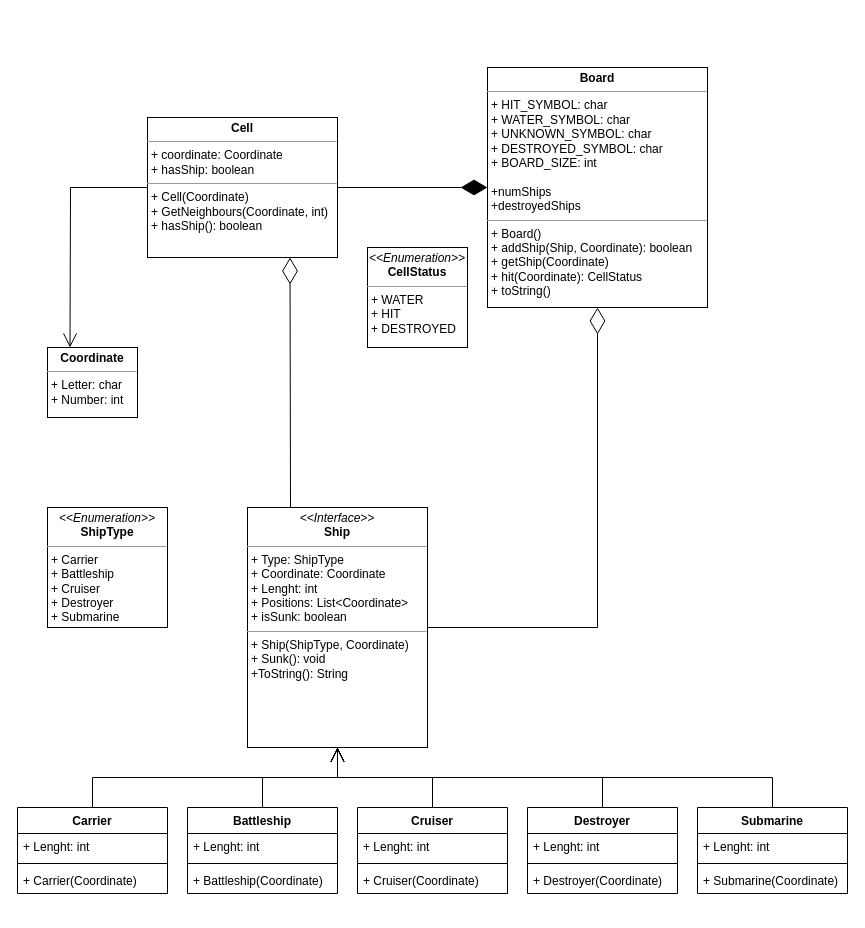
Above: UML.drawio in CesarSnake/Battleship (draw.io), before the change. Source tidied: cells renumbered, new cells numbered last; positions are measured from the earlier drawing's top-left corner, leaving out a move shared by most shapes. Both pictures are drawn from the tidied source at 100%, with x=0, y=0 at pixel (17, 67).
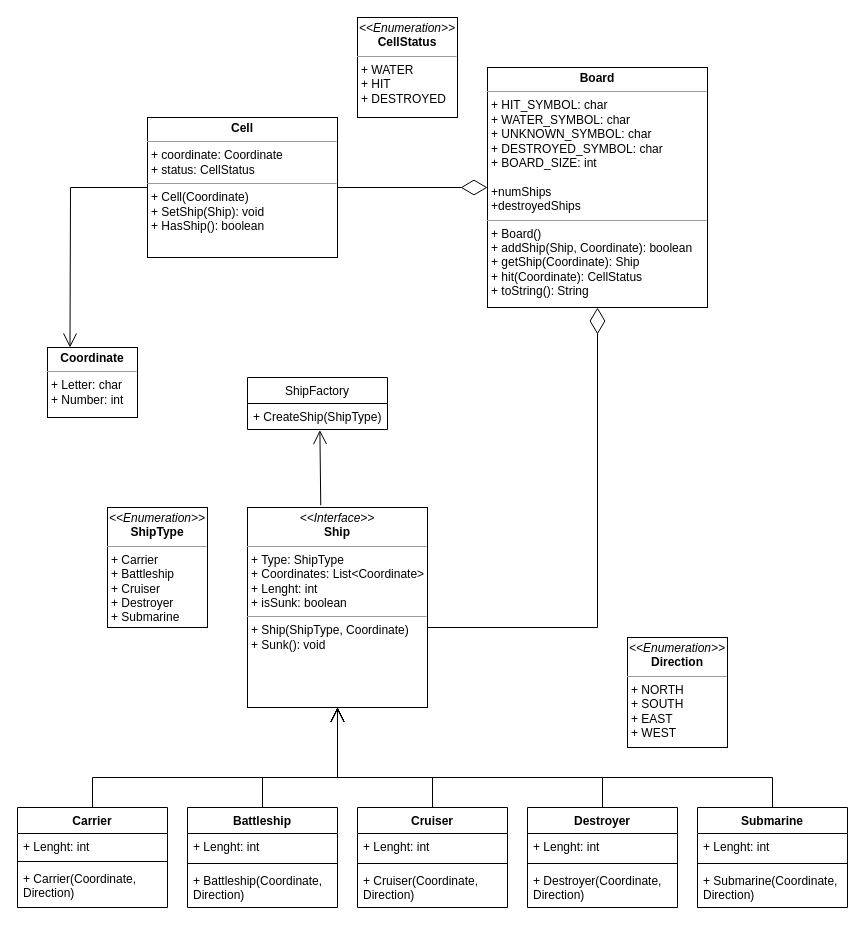
The same page after the edit.

Diff of the diagram source:
```diff
@@
-    <mxCell id="2" value="&lt;p style=&quot;margin: 0px ; margin-top: 4px ; text-align: center&quot;&gt;&lt;i&gt;&amp;lt;&amp;lt;Interface&amp;gt;&amp;gt;&lt;/i&gt;&lt;br&gt;&lt;b&gt;Ship&lt;/b&gt;&lt;/p&gt;&lt;hr size=&quot;1&quot;&gt;&lt;p style=&quot;margin: 0px ; margin-left: 4px&quot;&gt;+ Type: ShipType&lt;/p&gt;&lt;p style=&quot;margin: 0px ; margin-left: 4px&quot;&gt;+ Coordinate: Coordinate&lt;br&gt;&lt;/p&gt;&lt;p style=&quot;margin: 0px ; margin-left: 4px&quot;&gt;+ Lenght: int&lt;/p&gt;&lt;p style=&quot;margin: 0px ; margin-left: 4px&quot;&gt;+ Positions: List&amp;lt;Coordinate&amp;gt;&lt;/p&gt;&lt;p style=&quot;margin: 0px ; margin-left: 4px&quot;&gt;+ isSunk: boolean&lt;/p&gt;&lt;hr size=&quot;1&quot;&gt;&lt;p style=&quot;margin: 0px ; margin-left: 4px&quot;&gt;+ Ship(ShipType, Coordinate)&lt;br&gt;+ Sunk(): void&lt;/p&gt;&lt;p style=&quot;margin: 0px ; margin-left: 4px&quot;&gt;+ToString(): String&lt;/p&gt;" style="verticalAlign=top;align=left;overflow=fill;fontSize=12;fontFamily=Helvetica;html=1;" parent="1" vertex="1">
-      <mxGeometry x="230" y="440" width="180" height="240" as="geometry" />
+    <mxCell id="2" value="&lt;p style=&quot;margin: 0px ; margin-top: 4px ; text-align: center&quot;&gt;&lt;i&gt;&amp;lt;&amp;lt;Interface&amp;gt;&amp;gt;&lt;/i&gt;&lt;br&gt;&lt;b&gt;Ship&lt;/b&gt;&lt;/p&gt;&lt;hr size=&quot;1&quot;&gt;&lt;p style=&quot;margin: 0px ; margin-left: 4px&quot;&gt;+ Type: ShipType&lt;/p&gt;&lt;p style=&quot;margin: 0px ; margin-left: 4px&quot;&gt;+ Coordinates: List&amp;lt;Coordinate&amp;gt;&lt;br&gt;&lt;/p&gt;&lt;p style=&quot;margin: 0px ; margin-left: 4px&quot;&gt;+ Lenght: int&lt;/p&gt;&lt;p style=&quot;margin: 0px ; margin-left: 4px&quot;&gt;+ isSunk: boolean&lt;/p&gt;&lt;hr size=&quot;1&quot;&gt;&lt;p style=&quot;margin: 0px ; margin-left: 4px&quot;&gt;+ Ship(ShipType, Coordinate)&lt;br&gt;+ Sunk(): void&lt;/p&gt;" style="verticalAlign=top;align=left;overflow=fill;fontSize=12;fontFamily=Helvetica;html=1;" parent="1" vertex="1">
+      <mxGeometry x="230" y="440" width="180" height="200" as="geometry" />
     </mxCell>
     <mxCell id="3" value="&lt;p style=&quot;margin: 0px ; margin-top: 4px ; text-align: center&quot;&gt;&lt;i&gt;&amp;lt;&amp;lt;Enumeration&amp;gt;&amp;gt;&lt;/i&gt;&lt;br&gt;&lt;b&gt;ShipType&lt;/b&gt;&lt;/p&gt;&lt;hr size=&quot;1&quot;&gt;&lt;p style=&quot;margin: 0px ; margin-left: 4px&quot;&gt;+ Carrier&lt;/p&gt;&lt;p style=&quot;margin: 0px ; margin-left: 4px&quot;&gt;+ Battleship&lt;/p&gt;&lt;p style=&quot;margin: 0px ; margin-left: 4px&quot;&gt;+ Cruiser&lt;/p&gt;&lt;p style=&quot;margin: 0px ; margin-left: 4px&quot;&gt;+ Destroyer&lt;/p&gt;&lt;p style=&quot;margin: 0px ; margin-left: 4px&quot;&gt;+ Submarine&lt;/p&gt;" style="verticalAlign=top;align=left;overflow=fill;fontSize=12;fontFamily=Helvetica;html=1;" parent="1" vertex="1">
-      <mxGeometry x="30" y="440" width="120" height="120" as="geometry" />
+      <mxGeometry x="90" y="440" width="100" height="120" as="geometry" />
     </mxCell>
@@
     <mxCell id="5" value="Carrier" style="swimlane;fontStyle=1;align=center;verticalAlign=top;horizontal=1;startSize=26;" parent="1" vertex="1">
-      <mxGeometry y="740" width="150" height="86" as="geometry" />
+      <mxGeometry y="740" width="150" height="100" as="geometry" />
     </mxCell>
     <mxCell id="6" value="+ Lenght: int" style="text;strokeColor=none;fillColor=none;align=left;verticalAlign=top;spacingLeft=4;spacingRight=4;overflow=hidden;" parent="5" vertex="1">
-      <mxGeometry y="26" width="150" height="26" as="geometry" />
+      <mxGeometry y="26" width="150" height="24" as="geometry" />
     </mxCell>
     <mxCell id="7" style="line;strokeWidth=1;fillColor=none;align=left;verticalAlign=middle;spacingTop=-1;spacingLeft=3;spacingRight=3;labelPosition=right;" parent="5" vertex="1">
-      <mxGeometry y="52" width="150" height="8" as="geometry" />
+      <mxGeometry y="50" width="150" height="8" as="geometry" />
     </mxCell>
-    <mxCell id="8" value="+ Carrier(Coordinate)" style="text;strokeColor=none;fillColor=none;align=left;verticalAlign=top;spacingLeft=4;spacingRight=4;overflow=hidden;" parent="5" vertex="1">
-      <mxGeometry y="60" width="150" height="26" as="geometry" />
+    <mxCell id="8" value="+ Carrier(Coordinate, &#10;Direction)" style="text;strokeColor=none;fillColor=none;align=left;verticalAlign=top;spacingLeft=4;spacingRight=4;overflow=hidden;" parent="5" vertex="1">
+      <mxGeometry y="58" width="150" height="42" as="geometry" />
     </mxCell>
     <mxCell id="9" value="Battleship" style="swimlane;fontStyle=1;align=center;verticalAlign=top;horizontal=1;startSize=26;" parent="1" vertex="1">
-      <mxGeometry x="170" y="740" width="150" height="86" as="geometry" />
+      <mxGeometry x="170" y="740" width="150" height="100" as="geometry" />
     </mxCell>
@@
-    <mxCell id="12" value="+ Battleship(Coordinate)" style="text;strokeColor=none;fillColor=none;align=left;verticalAlign=top;spacingLeft=4;spacingRight=4;overflow=hidden;" parent="9" vertex="1">
-      <mxGeometry y="60" width="150" height="26" as="geometry" />
+    <mxCell id="12" value="+ Battleship(Coordinate,&#10;Direction)" style="text;strokeColor=none;fillColor=none;align=left;verticalAlign=top;spacingLeft=4;spacingRight=4;overflow=hidden;" parent="9" vertex="1">
+      <mxGeometry y="60" width="150" height="40" as="geometry" />
     </mxCell>
     <mxCell id="13" value="Submarine" style="swimlane;fontStyle=1;align=center;verticalAlign=top;horizontal=1;startSize=26;" parent="1" vertex="1">
-      <mxGeometry x="680" y="740" width="150" height="86" as="geometry" />
+      <mxGeometry x="680" y="740" width="150" height="100" as="geometry" />
     </mxCell>
@@
-    <mxCell id="16" value="+ Submarine(Coordinate)" style="text;strokeColor=none;fillColor=none;align=left;verticalAlign=top;spacingLeft=4;spacingRight=4;overflow=hidden;" parent="13" vertex="1">
-      <mxGeometry y="60" width="150" height="26" as="geometry" />
+    <mxCell id="16" value="+ Submarine(Coordinate,&#10;Direction)" style="text;strokeColor=none;fillColor=none;align=left;verticalAlign=top;spacingLeft=4;spacingRight=4;overflow=hidden;" parent="13" vertex="1">
+      <mxGeometry y="60" width="150" height="40" as="geometry" />
     </mxCell>
     <mxCell id="17" value="Destroyer" style="swimlane;fontStyle=1;align=center;verticalAlign=top;horizontal=1;startSize=26;" parent="1" vertex="1">
-      <mxGeometry x="510" y="740" width="150" height="86" as="geometry" />
+      <mxGeometry x="510" y="740" width="150" height="100" as="geometry" />
     </mxCell>
@@
-    <mxCell id="20" value="+ Destroyer(Coordinate)" style="text;strokeColor=none;fillColor=none;align=left;verticalAlign=top;spacingLeft=4;spacingRight=4;overflow=hidden;" parent="17" vertex="1">
-      <mxGeometry y="60" width="150" height="26" as="geometry" />
+    <mxCell id="20" value="+ Destroyer(Coordinate,&#10;Direction)" style="text;strokeColor=none;fillColor=none;align=left;verticalAlign=top;spacingLeft=4;spacingRight=4;overflow=hidden;" parent="17" vertex="1">
+      <mxGeometry y="60" width="150" height="40" as="geometry" />
     </mxCell>
     <mxCell id="21" value="Cruiser" style="swimlane;fontStyle=1;align=center;verticalAlign=top;horizontal=1;startSize=26;" parent="1" vertex="1">
-      <mxGeometry x="340" y="740" width="150" height="86" as="geometry" />
+      <mxGeometry x="340" y="740" width="150" height="100" as="geometry" />
     </mxCell>
@@
-    <mxCell id="24" value="+ Cruiser(Coordinate)" style="text;strokeColor=none;fillColor=none;align=left;verticalAlign=top;spacingLeft=4;spacingRight=4;overflow=hidden;" parent="21" vertex="1">
-      <mxGeometry y="60" width="150" height="26" as="geometry" />
+    <mxCell id="24" value="+ Cruiser(Coordinate,&#10;Direction)" style="text;strokeColor=none;fillColor=none;align=left;verticalAlign=top;spacingLeft=4;spacingRight=4;overflow=hidden;" parent="21" vertex="1">
+      <mxGeometry y="60" width="150" height="40" as="geometry" />
     </mxCell>
-    <mxCell id="25" value="&lt;p style=&quot;margin: 0px ; margin-top: 4px ; text-align: center&quot;&gt;&lt;b&gt;Board&lt;/b&gt;&lt;/p&gt;&lt;hr size=&quot;1&quot;&gt;&lt;p style=&quot;margin: 0px ; margin-left: 4px&quot;&gt;+ HIT_SYMBOL: char&lt;br&gt;+ WATER_SYMBOL: char&lt;br&gt;+ UNKNOWN_SYMBOL: char&lt;/p&gt;&lt;p style=&quot;margin: 0px ; margin-left: 4px&quot;&gt;+ DESTROYED_SYMBOL: char&lt;br&gt;+ BOARD_SIZE: int&lt;br&gt;&lt;br&gt;+numShips&lt;br&gt;+destroyedShips&lt;br&gt;&lt;/p&gt;&lt;hr size=&quot;1&quot;&gt;&lt;p style=&quot;margin: 0px ; margin-left: 4px&quot;&gt;+ Board()&lt;/p&gt;&lt;p style=&quot;margin: 0px ; margin-left: 4px&quot;&gt;+ addShip(Ship, Coordinate): boolean&lt;/p&gt;&lt;p style=&quot;margin: 0px ; margin-left: 4px&quot;&gt;+ getShip(Coordinate)&lt;/p&gt;&lt;p style=&quot;margin: 0px ; margin-left: 4px&quot;&gt;+ hit(Coordinate): CellStatus&lt;/p&gt;&lt;p style=&quot;margin: 0px ; margin-left: 4px&quot;&gt;+ toString()&lt;/p&gt;&lt;p style=&quot;margin: 0px ; margin-left: 4px&quot;&gt;&lt;br&gt;&lt;/p&gt;" style="verticalAlign=top;align=left;overflow=fill;fontSize=12;fontFamily=Helvetica;html=1;" parent="1" vertex="1">
+    <mxCell id="25" value="&lt;p style=&quot;margin: 0px ; margin-top: 4px ; text-align: center&quot;&gt;&lt;b&gt;Board&lt;/b&gt;&lt;/p&gt;&lt;hr size=&quot;1&quot;&gt;&lt;p style=&quot;margin: 0px ; margin-left: 4px&quot;&gt;+ HIT_SYMBOL: char&lt;br&gt;+ WATER_SYMBOL: char&lt;br&gt;+ UNKNOWN_SYMBOL: char&lt;/p&gt;&lt;p style=&quot;margin: 0px ; margin-left: 4px&quot;&gt;+ DESTROYED_SYMBOL: char&lt;br&gt;+ BOARD_SIZE: int&lt;br&gt;&lt;br&gt;+numShips&lt;br&gt;+destroyedShips&lt;br&gt;&lt;/p&gt;&lt;hr size=&quot;1&quot;&gt;&lt;p style=&quot;margin: 0px ; margin-left: 4px&quot;&gt;+ Board()&lt;/p&gt;&lt;p style=&quot;margin: 0px ; margin-left: 4px&quot;&gt;+ addShip(Ship, Coordinate): boolean&lt;/p&gt;&lt;p style=&quot;margin: 0px ; margin-left: 4px&quot;&gt;+ getShip(Coordinate): Ship&lt;/p&gt;&lt;p style=&quot;margin: 0px ; margin-left: 4px&quot;&gt;+ hit(Coordinate): CellStatus&lt;/p&gt;&lt;p style=&quot;margin: 0px ; margin-left: 4px&quot;&gt;+ toString(): String&lt;/p&gt;&lt;p style=&quot;margin: 0px ; margin-left: 4px&quot;&gt;&lt;br&gt;&lt;/p&gt;" style="verticalAlign=top;align=left;overflow=fill;fontSize=12;fontFamily=Helvetica;html=1;" parent="1" vertex="1">
       <mxGeometry x="470" width="220" height="240" as="geometry" />
     </mxCell>
-    <mxCell id="26" value="&lt;p style=&quot;margin: 0px ; margin-top: 4px ; text-align: center&quot;&gt;&lt;b&gt;Cell&lt;/b&gt;&lt;/p&gt;&lt;hr size=&quot;1&quot;&gt;&lt;p style=&quot;margin: 0px ; margin-left: 4px&quot;&gt;+ coordinate: Coordinate&lt;br&gt;+ hasShip: boolean&lt;/p&gt;&lt;hr size=&quot;1&quot;&gt;&lt;p style=&quot;margin: 0px ; margin-left: 4px&quot;&gt;+ Cell(Coordinate)&lt;/p&gt;&lt;p style=&quot;margin: 0px ; margin-left: 4px&quot;&gt;+ GetNeighbours(Coordinate, int)&lt;br&gt;+ hasShip(): boolean&lt;/p&gt;" style="verticalAlign=top;align=left;overflow=fill;fontSize=12;fontFamily=Helvetica;html=1;" parent="1" vertex="1">
+    <mxCell id="26" value="&lt;p style=&quot;margin: 0px ; margin-top: 4px ; text-align: center&quot;&gt;&lt;b&gt;Cell&lt;/b&gt;&lt;/p&gt;&lt;hr size=&quot;1&quot;&gt;&lt;p style=&quot;margin: 0px ; margin-left: 4px&quot;&gt;+ coordinate: Coordinate&lt;/p&gt;&lt;p style=&quot;margin: 0px ; margin-left: 4px&quot;&gt;+ status: CellStatus&lt;/p&gt;&lt;hr size=&quot;1&quot;&gt;&lt;p style=&quot;margin: 0px ; margin-left: 4px&quot;&gt;+ Cell(Coordinate)&lt;/p&gt;&lt;p style=&quot;margin: 0px ; margin-left: 4px&quot;&gt;+ SetShip(Ship): void&lt;/p&gt;&lt;p style=&quot;margin: 0px ; margin-left: 4px&quot;&gt;+ HasShip(): boolean&lt;/p&gt;" style="verticalAlign=top;align=left;overflow=fill;fontSize=12;fontFamily=Helvetica;html=1;" parent="1" vertex="1">
       <mxGeometry x="130" y="50" width="190" height="140" as="geometry" />
     </mxCell>
-    <mxCell id="27" style="endArrow=diamondThin;endFill=1;endSize=24;html=1;rounded=0;entryX=0;entryY=0.5;entryDx=0;entryDy=0;exitX=1;exitY=0.5;exitDx=0;exitDy=0;" parent="1" edge="1" source="26" target="25">
+    <mxCell id="27" style="endArrow=diamondThin;endFill=0;endSize=24;html=1;rounded=0;entryX=0;entryY=0.5;entryDx=0;entryDy=0;exitX=1;exitY=0.5;exitDx=0;exitDy=0;" parent="1" edge="1" source="26" target="25">
       <mxGeometry relative="1" as="geometry" />
     </mxCell>
@@
-    <mxCell id="29" style="endArrow=diamondThin;endFill=0;endSize=24;html=1;rounded=0;entryX=0.75;entryY=1;entryDx=0;entryDy=0;" parent="1" edge="1" target="26">
-      <mxGeometry relative="1" as="geometry">
-        <mxPoint x="273" y="440" as="sourcePoint" />
-      </mxGeometry>
-    </mxCell>
@@
     <mxCell id="32" style="endArrow=open;endFill=1;endSize=12;html=1;rounded=0;exitX=0.5;exitY=0;exitDx=0;exitDy=0;" parent="1" edge="1" source="17">
       <mxGeometry relative="1" as="geometry">
-        <mxPoint x="320" y="680" as="targetPoint" />
+        <mxPoint x="320" y="640" as="targetPoint" />
         <Array as="points">
           <mxPoint x="585" y="710" />
           <mxPoint x="320" y="710" />
         </Array>
       </mxGeometry>
     </mxCell>
     <mxCell id="33" style="endArrow=open;endFill=1;endSize=12;html=1;rounded=0;exitX=0.5;exitY=0;exitDx=0;exitDy=0;" parent="1" edge="1" source="9">
       <mxGeometry relative="1" as="geometry">
-        <mxPoint x="320" y="680" as="targetPoint" />
+        <mxPoint x="320" y="640" as="targetPoint" />
         <Array as="points">
           <mxPoint x="245" y="710" />
           <mxPoint x="320" y="710" />
         </Array>
       </mxGeometry>
     </mxCell>
     <mxCell id="34" style="endArrow=open;endFill=1;endSize=12;html=1;rounded=0;exitX=0.5;exitY=0;exitDx=0;exitDy=0;" parent="1" edge="1" source="21">
       <mxGeometry relative="1" as="geometry">
-        <mxPoint x="320" y="680" as="targetPoint" />
+        <mxPoint x="320" y="640" as="targetPoint" />
         <Array as="points">
           <mxPoint x="415" y="710" />
           <mxPoint x="320" y="710" />
         </Array>
       </mxGeometry>
     </mxCell>
-    <mxCell id="35" style="endArrow=diamondThin;endFill=0;endSize=24;html=1;rounded=0;entryX=0.5;entryY=1;entryDx=0;entryDy=0;exitX=1;exitY=0.5;exitDx=0;exitDy=0;" parent="1" edge="1" source="2" target="25">
+    <mxCell id="35" style="endArrow=diamondThin;endFill=0;endSize=24;html=1;rounded=0;entryX=0.5;entryY=1;entryDx=0;entryDy=0;exitX=1;exitY=0.6;exitDx=0;exitDy=0;exitPerimeter=0;" parent="1" edge="1" source="2" target="25">
       <mxGeometry relative="1" as="geometry">
         <Array as="points">
           <mxPoint x="580" y="560" />
         </Array>
       </mxGeometry>
     </mxCell>
     <mxCell id="36" value="&lt;p style=&quot;margin: 0px ; margin-top: 4px ; text-align: center&quot;&gt;&lt;i&gt;&amp;lt;&amp;lt;Enumeration&amp;gt;&amp;gt;&lt;/i&gt;&lt;br&gt;&lt;b&gt;CellStatus&lt;/b&gt;&lt;/p&gt;&lt;hr size=&quot;1&quot;&gt;&lt;p style=&quot;margin: 0px ; margin-left: 4px&quot;&gt;+ WATER&lt;br&gt;&lt;/p&gt;&lt;p style=&quot;margin: 0px ; margin-left: 4px&quot;&gt;+ HIT&lt;/p&gt;&lt;p style=&quot;margin: 0px ; margin-left: 4px&quot;&gt;+ DESTROYED&lt;/p&gt;" style="verticalAlign=top;align=left;overflow=fill;fontSize=12;fontFamily=Helvetica;html=1;" parent="1" vertex="1">
-      <mxGeometry x="350" y="180" width="100" height="100" as="geometry" />
+      <mxGeometry x="340" y="-50" width="100" height="100" as="geometry" />
     </mxCell>
+    <mxCell id="37" value="&lt;p style=&quot;margin: 0px ; margin-top: 4px ; text-align: center&quot;&gt;&lt;i&gt;&amp;lt;&amp;lt;Enumeration&amp;gt;&amp;gt;&lt;/i&gt;&lt;br&gt;&lt;b&gt;Direction&lt;/b&gt;&lt;/p&gt;&lt;hr size=&quot;1&quot;&gt;&lt;p style=&quot;margin: 0px ; margin-left: 4px&quot;&gt;+ NORTH&lt;br&gt;&lt;/p&gt;&lt;p style=&quot;margin: 0px ; margin-left: 4px&quot;&gt;+ SOUTH&lt;/p&gt;&lt;p style=&quot;margin: 0px ; margin-left: 4px&quot;&gt;+ EAST&lt;/p&gt;&lt;p style=&quot;margin: 0px ; margin-left: 4px&quot;&gt;+ WEST&lt;/p&gt;" style="verticalAlign=top;align=left;overflow=fill;fontSize=12;fontFamily=Helvetica;html=1;" parent="1" vertex="1">
+      <mxGeometry x="610" y="570" width="100" height="110" as="geometry" />
+    </mxCell>
+    <mxCell id="38" value="ShipFactory" style="swimlane;fontStyle=0;horizontal=1;startSize=26;fillColor=none;" parent="1" vertex="1">
+      <mxGeometry x="230" y="310" width="140" height="52" as="geometry" />
+    </mxCell>
+    <mxCell id="39" value="+ CreateShip(ShipType)&#10;" style="text;strokeColor=none;fillColor=none;align=left;verticalAlign=top;spacingLeft=4;spacingRight=4;overflow=hidden;points=[[0,0.5],[1,0.5]];portConstraint=eastwest;" parent="38" vertex="1">
+      <mxGeometry y="26" width="140" height="26" as="geometry" />
+    </mxCell>
+    <mxCell id="40" style="endArrow=open;endFill=1;endSize=12;html=1;rounded=0;entryX=0.517;entryY=1.023;entryDx=0;entryDy=0;entryPerimeter=0;exitX=0.407;exitY=-0.011;exitDx=0;exitDy=0;exitPerimeter=0;" parent="1" edge="1" source="2" target="39">
+      <mxGeometry relative="1" as="geometry" />
+    </mxCell>
```
